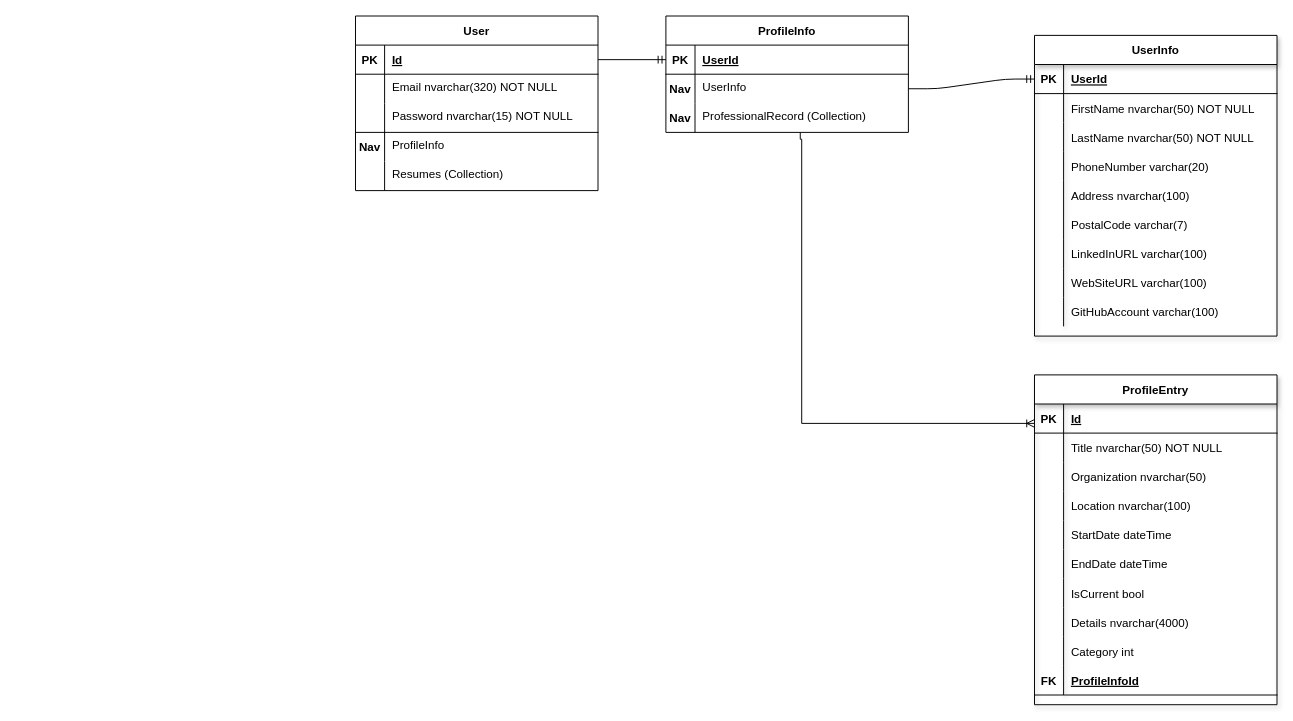
Earlier version of the draw.io diagram ResumeBuilderDBDiagram.drawio (SantiCarreno9/ResumeBuilderMVC). Source tidied: cells renumbered, new cells numbered last; positions are measured from the earlier drawing's top-left corner, leaving out a move shared by most shapes. Both pictures are drawn from the tidied source at 97%, with x=0, y=0 at pixel (355, 16).
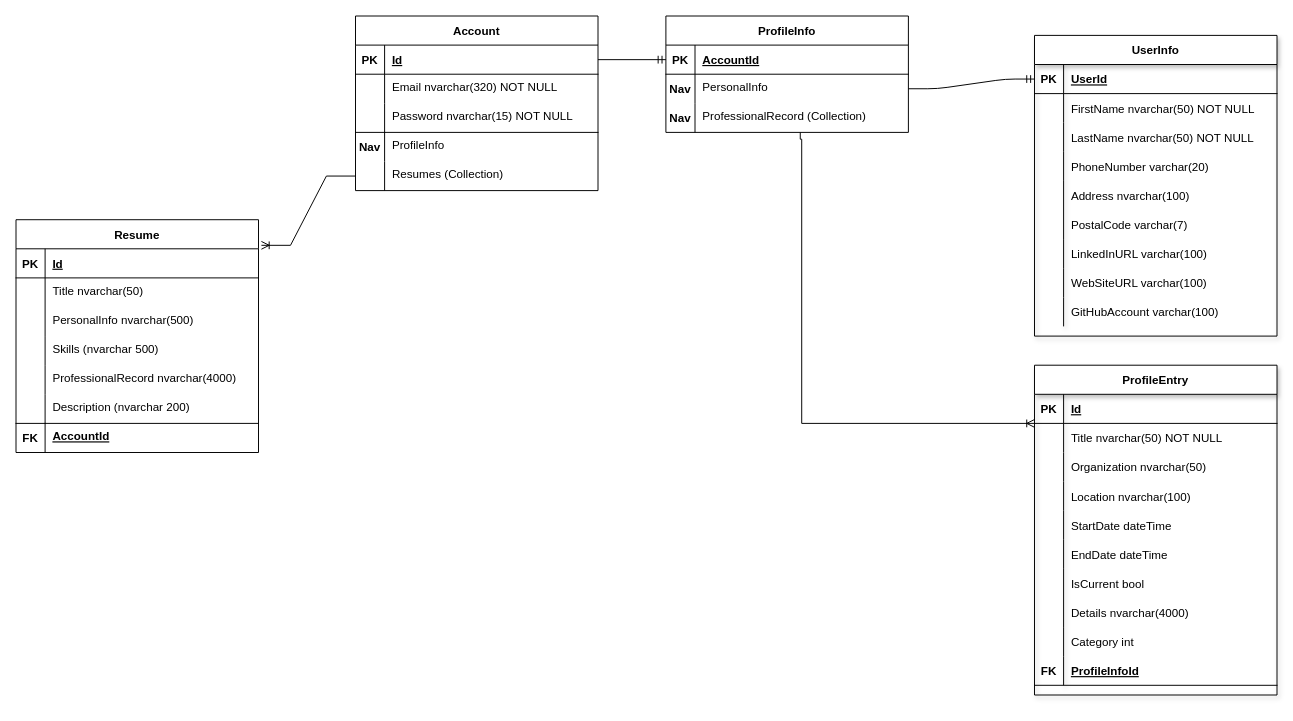
Above is the later version.

Unchanged cells that the change refers to:
```xml
<mxCell id="44" style="shape=partialRectangle;fillColor=none;points=[[0,0.5],[1,0.5]];portConstraint=eastwest;top=0;left=0;right=0;bottom=0;" parent="31" vertex="1">
  <mxGeometry y="150" width="250" height="30" as="geometry" />
</mxCell>
<mxCell id="80" style="shape=partialRectangle;fillColor=none;points=[[0,0.5],[1,0.5]];portConstraint=eastwest;top=0;left=0;right=0;bottom=1;" parent="79" vertex="1">
  <mxGeometry y="30" width="250" height="30" as="geometry" />
</mxCell>
<mxCell id="83" style="shape=partialRectangle;fillColor=none;top=0;left=0;right=0;bottom=0;" parent="79" vertex="1">
  <mxGeometry y="60" width="250" height="30" as="geometry" />
</mxCell>
```

Diff of the diagram source:
```diff
@@
-    <mxCell id="31" value="User" style="shape=table;startSize=30;childLayout=tableLayout;rowLines=0;fontStyle=1;align=center;" parent="1" vertex="1">
+    <mxCell id="31" value="Account" style="shape=table;startSize=30;childLayout=tableLayout;rowLines=0;fontStyle=1;align=center;" parent="1" vertex="1">
       <mxGeometry width="250" height="180" as="geometry" />
     </mxCell>
@@
     <mxCell id="47" value="ProfileEntry" style="shape=table;startSize=30;childLayout=tableLayout;rowLines=0;fontStyle=1;align=center;shadow=1;" parent="1" vertex="1">
-      <mxGeometry x="700" y="370" width="250" height="340" as="geometry" />
+      <mxGeometry x="700" y="360" width="250" height="340" as="geometry" />
     </mxCell>
@@
-    <mxCell id="82" value="UserId" style="shape=partialRectangle;overflow=hidden;fillColor=none;top=0;left=0;bottom=0;right=0;align=left;spacingLeft=6;fontStyle=5;" parent="80" vertex="1">
+    <mxCell id="82" value="AccountId" style="shape=partialRectangle;overflow=hidden;fillColor=none;top=0;left=0;bottom=0;right=0;align=left;spacingLeft=6;fontStyle=5;" parent="80" vertex="1">
       <mxGeometry x="30" width="220" height="30" as="geometry" />
     </mxCell>
@@
-    <mxCell id="85" value="UserInfo" style="shape=partialRectangle;overflow=hidden;fillColor=none;top=0;left=0;bottom=0;right=0;align=left;spacingLeft=6;verticalAlign=top;strokeColor=inherit;" parent="83" vertex="1">
+    <mxCell id="85" value="PersonalInfo" style="shape=partialRectangle;overflow=hidden;fillColor=none;top=0;left=0;bottom=0;right=0;align=left;spacingLeft=6;verticalAlign=top;strokeColor=inherit;" parent="83" vertex="1">
       <mxGeometry x="30" width="220" height="30" as="geometry" />
     </mxCell>
@@
+    <mxCell id="90" value="Resume" style="shape=table;startSize=30;childLayout=tableLayout;rowLines=0;fontStyle=1;align=center;" parent="1" vertex="1">
+      <mxGeometry x="-350" y="210" width="250" height="240" as="geometry" />
+    </mxCell>
+    <mxCell id="91" style="shape=partialRectangle;fillColor=none;top=0;left=0;right=0;bottom=1;" parent="90" vertex="1">
+      <mxGeometry y="30" width="250" height="30" as="geometry" />
+    </mxCell>
+    <mxCell id="92" value="PK" style="shape=partialRectangle;overflow=hidden;fillColor=none;top=0;left=0;bottom=0;right=0;fontStyle=1;" parent="91" vertex="1">
+      <mxGeometry width="30" height="30" as="geometry" />
+    </mxCell>
+    <mxCell id="93" value="Id" style="shape=partialRectangle;overflow=hidden;fillColor=none;top=0;left=0;bottom=0;right=0;align=left;spacingLeft=6;fontStyle=5;" parent="91" vertex="1">
+      <mxGeometry x="30" width="220" height="30" as="geometry" />
+    </mxCell>
+    <mxCell id="94" style="shape=partialRectangle;fillColor=none;top=0;left=0;right=0;bottom=0;" parent="90" vertex="1">
+      <mxGeometry y="60" width="250" height="30" as="geometry" />
+    </mxCell>
+    <mxCell id="95" style="shape=partialRectangle;overflow=hidden;fillColor=none;top=0;left=0;bottom=0;right=0;" parent="94" vertex="1">
+      <mxGeometry width="30" height="30" as="geometry" />
+    </mxCell>
+    <mxCell id="96" value="Title nvarchar(50)&#10;" style="shape=partialRectangle;overflow=hidden;fillColor=none;top=0;left=0;bottom=0;right=0;align=left;spacingLeft=6;verticalAlign=top;" parent="94" vertex="1">
+      <mxGeometry x="30" width="220" height="30" as="geometry" />
+    </mxCell>
+    <mxCell id="97" style="shape=partialRectangle;fillColor=none;top=0;left=0;right=0;bottom=0;" parent="90" vertex="1">
+      <mxGeometry y="90" width="250" height="30" as="geometry" />
+    </mxCell>
+    <mxCell id="98" style="shape=partialRectangle;overflow=hidden;fillColor=none;top=0;left=0;bottom=0;right=0;" parent="97" vertex="1">
+      <mxGeometry width="30" height="30" as="geometry" />
+    </mxCell>
+    <mxCell id="99" value="PersonalInfo nvarchar(500)" style="shape=partialRectangle;overflow=hidden;fillColor=none;top=0;left=0;bottom=0;right=0;align=left;spacingLeft=6;verticalAlign=top;" parent="97" vertex="1">
+      <mxGeometry x="30" width="220" height="30" as="geometry" />
+    </mxCell>
+    <mxCell id="100" style="shape=partialRectangle;fillColor=none;top=0;left=0;right=0;bottom=0;" parent="90" vertex="1">
+      <mxGeometry y="120" width="250" height="30" as="geometry" />
+    </mxCell>
+    <mxCell id="101" style="shape=partialRectangle;overflow=hidden;fillColor=none;top=0;left=0;bottom=0;right=0;fontStyle=1;" parent="100" vertex="1">
+      <mxGeometry width="30" height="30" as="geometry" />
+    </mxCell>
+    <mxCell id="102" value="Skills (nvarchar 500)" style="shape=partialRectangle;overflow=hidden;fillColor=none;top=0;left=0;bottom=0;right=0;align=left;spacingLeft=6;verticalAlign=top;" parent="100" vertex="1">
+      <mxGeometry x="30" width="220" height="30" as="geometry" />
+    </mxCell>
+    <mxCell id="103" style="shape=partialRectangle;fillColor=none;top=0;left=0;right=0;bottom=0;" parent="90" vertex="1">
+      <mxGeometry y="150" width="250" height="30" as="geometry" />
+    </mxCell>
+    <mxCell id="104" style="shape=partialRectangle;overflow=hidden;fillColor=none;top=0;left=0;bottom=0;right=0;" parent="103" vertex="1">
+      <mxGeometry width="30" height="30" as="geometry" />
+    </mxCell>
+    <mxCell id="105" value="ProfessionalRecord nvarchar(4000)" style="shape=partialRectangle;overflow=hidden;fillColor=none;top=0;left=0;bottom=0;right=0;align=left;spacingLeft=6;verticalAlign=top;" parent="103" vertex="1">
+      <mxGeometry x="30" width="220" height="30" as="geometry" />
+    </mxCell>
+    <mxCell id="106" style="shape=partialRectangle;fillColor=none;top=0;left=0;right=0;bottom=0;" parent="90" vertex="1">
+      <mxGeometry y="180" width="250" height="30" as="geometry" />
+    </mxCell>
+    <mxCell id="107" style="shape=partialRectangle;overflow=hidden;fillColor=none;top=0;left=0;bottom=0;right=0;fontStyle=1;" parent="106" vertex="1">
+      <mxGeometry width="30" height="30" as="geometry" />
+    </mxCell>
+    <mxCell id="108" value="Description (nvarchar 200)" style="shape=partialRectangle;overflow=hidden;fillColor=none;top=0;left=0;bottom=0;right=0;align=left;spacingLeft=6;verticalAlign=top;" parent="106" vertex="1">
+      <mxGeometry x="30" width="220" height="30" as="geometry" />
+    </mxCell>
+    <mxCell id="109" style="shape=partialRectangle;fillColor=none;top=0;left=0;right=0;bottom=0;" parent="90" vertex="1">
+      <mxGeometry y="210" width="250" height="30" as="geometry" />
+    </mxCell>
+    <mxCell id="110" value="FK" style="shape=partialRectangle;overflow=hidden;fillColor=none;top=1;left=0;bottom=0;right=0;fontStyle=1;" parent="109" vertex="1">
+      <mxGeometry width="30" height="30" as="geometry" />
+    </mxCell>
+    <mxCell id="111" value="AccountId" style="shape=partialRectangle;overflow=hidden;fillColor=none;top=1;left=0;bottom=0;right=0;align=left;spacingLeft=6;verticalAlign=top;fontStyle=5;" parent="109" vertex="1">
+      <mxGeometry x="30" width="220" height="30" as="geometry" />
+    </mxCell>
+    <mxCell id="112" style="edgeStyle=entityRelationEdgeStyle;fontSize=12;html=1;endArrow=none;rounded=0;entryX=0;entryY=0.5;entryDx=0;entryDy=0;exitX=1.012;exitY=0.11;exitDx=0;exitDy=0;exitPerimeter=0;startArrow=ERoneToMany;startFill=0;endFill=0;" parent="1" edge="1" source="90" target="44">
+      <mxGeometry relative="1" as="geometry" />
+    </mxCell>
```
